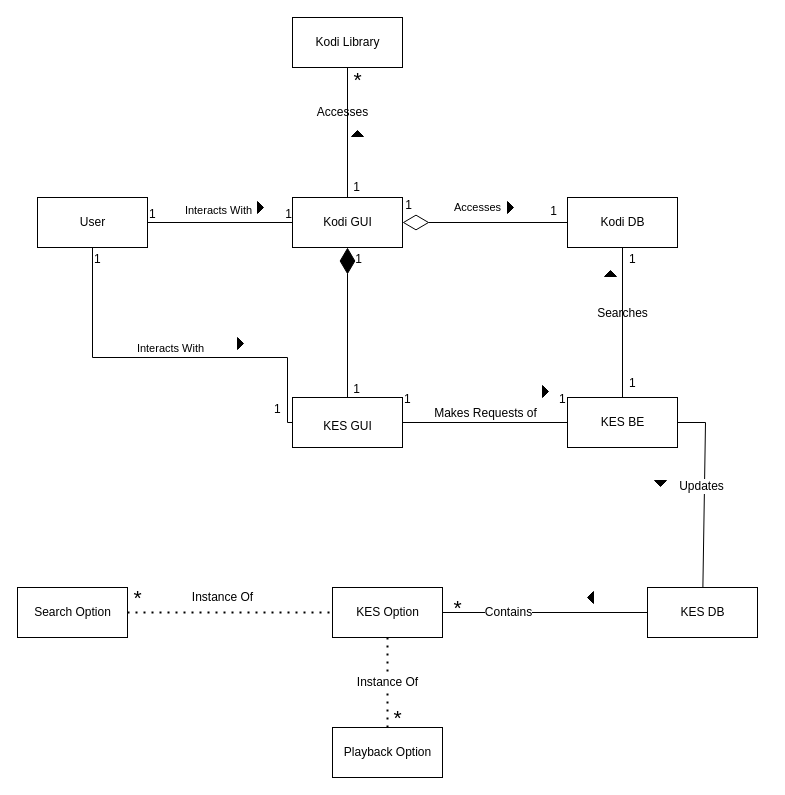
Before: uml.drawio in dustinmcmahon/kodiAddon, a draw.io diagram. Source tidied: cells renumbered, new cells numbered last; positions are measured from the earlier drawing's top-left corner, leaving out a move shared by most shapes. Both pictures are drawn from the tidied source at 100%, with x=0, y=0 at pixel (17, 17).
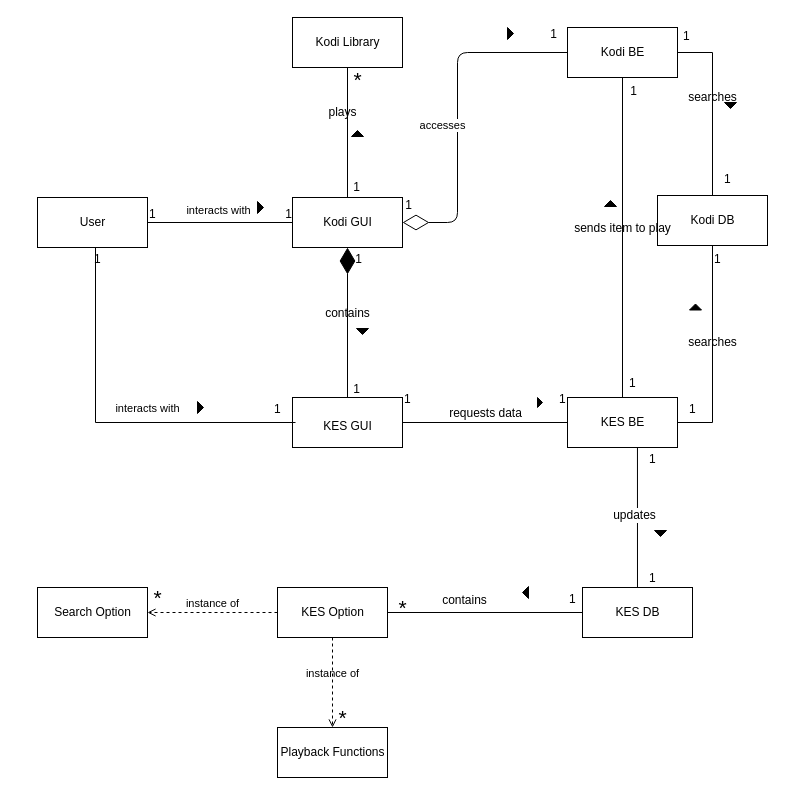
The same diagram, later.

Unchanged cells that the change refers to:
```xml
<mxCell id="2" value="User" style="html=1;" parent="1" vertex="1">
  <mxGeometry x="20" y="180" width="110" height="50" as="geometry" />
</mxCell>
<mxCell id="3" value="Kodi GUI" style="html=1;" parent="1" vertex="1">
  <mxGeometry x="275" y="180" width="110" height="50" as="geometry" />
</mxCell>
<mxCell id="4" value="Kodi Library" style="html=1;" parent="1" vertex="1">
  <mxGeometry x="275" width="110" height="50" as="geometry" />
</mxCell>
<mxCell id="10" value="&lt;font style=&quot;font-size: 12px;&quot;&gt;KES GUI&lt;/font&gt;" style="html=1;fontSize=21;" parent="1" vertex="1">
  <mxGeometry x="275" y="380" width="110" height="50" as="geometry" />
</mxCell>
<mxCell id="17" value="KES BE" style="html=1;" parent="1" vertex="1">
  <mxGeometry x="550" y="380" width="110" height="50" as="geometry" />
</mxCell>
<mxCell id="38" style="endArrow=none;html=1;rounded=0;align=center;verticalAlign=bottom;labelBackgroundColor=none;fontSize=12;exitX=1;exitY=0.5;exitDx=0;exitDy=0;entryX=0;entryY=0.5;entryDx=0;entryDy=0;" parent="1" edge="1" source="11" target="18">
  <mxGeometry relative="1" as="geometry" />
</mxCell>
```

The edit, as a diff of the source:
```diff
@@
-    <mxCell id="5" value="Interacts With" style="endArrow=none;html=1;rounded=0;align=center;verticalAlign=top;endFill=0;labelBackgroundColor=none;exitX=1;exitY=0.5;exitDx=0;exitDy=0;entryX=0;entryY=0.5;entryDx=0;entryDy=0;" parent="1" edge="1" source="2" target="3">
+    <mxCell id="5" value="interacts with" style="endArrow=none;html=1;rounded=0;align=center;verticalAlign=top;endFill=0;labelBackgroundColor=none;exitX=1;exitY=0.5;exitDx=0;exitDy=0;entryX=0;entryY=0.5;entryDx=0;entryDy=0;" parent="1" edge="1" source="2" target="3">
       <mxGeometry x="-0.02" y="25" relative="1" as="geometry" />
     </mxCell>
@@
-    <mxCell id="8" value="Accesses" style="endArrow=diamondThin;endFill=0;endSize=24;html=1;entryX=1;entryY=0.5;entryDx=0;entryDy=0;exitX=0;exitY=0.5;exitDx=0;exitDy=0;" parent="1" edge="1" source="19" target="3">
-      <mxGeometry x="0.09" y="-15" relative="1" as="geometry" />
+    <mxCell id="8" value="accesses" style="endArrow=diamondThin;endFill=0;endSize=24;html=1;entryX=1;entryY=0.5;entryDx=0;entryDy=0;exitX=0;exitY=0.5;exitDx=0;exitDy=0;" parent="1" edge="1" source="52" target="3">
+      <mxGeometry x="0.09" y="-15" relative="1" as="geometry">
+        <Array as="points">
+          <mxPoint x="440" y="35" />
+          <mxPoint x="440" y="205" />
+        </Array>
+      </mxGeometry>
     </mxCell>
@@
     <mxCell id="11" value="KES Option" style="html=1;fontSize=12;" parent="1" vertex="1">
-      <mxGeometry x="315" y="570" width="110" height="50" as="geometry" />
+      <mxGeometry x="260" y="570" width="110" height="50" as="geometry" />
     </mxCell>
@@
-    <mxCell id="13" style="startArrow=diamondThin;endFill=1;endArrow=none;html=1;rounded=0;align=center;verticalAlign=bottom;labelBackgroundColor=none;fontSize=12;exitX=0.5;exitY=1;exitDx=0;exitDy=0;entryX=0.5;entryY=0;entryDx=0;entryDy=0;startSize=24;" parent="1" edge="1" source="3" target="10">
+    <mxCell id="13" value="contains" style="startArrow=diamondThin;endFill=1;endArrow=none;html=1;rounded=0;align=center;verticalAlign=bottom;labelBackgroundColor=none;fontSize=12;exitX=0.5;exitY=1;exitDx=0;exitDy=0;entryX=0.5;entryY=0;entryDx=0;entryDy=0;startSize=24;" parent="1" edge="1" source="3" target="10">
       <mxGeometry relative="1" as="geometry" />
     </mxCell>
     <mxCell id="14" style="triangle;fillColor=strokeColor;fontSize=12;rotation=0;" parent="1" vertex="1">
-      <mxGeometry x="490" y="184" width="6" height="12" as="geometry" />
+      <mxGeometry x="490" y="10" width="6" height="12" as="geometry" />
     </mxCell>
     <mxCell id="15" style="triangle;fillColor=strokeColor;fontSize=12;" parent="1" vertex="1">
-      <mxGeometry x="220" y="320" width="6" height="12" as="geometry" />
+      <mxGeometry x="180" y="384" width="6" height="12" as="geometry" />
     </mxCell>
-    <mxCell id="16" value="&lt;span style=&quot;font-size: 11px;&quot;&gt;Interacts With&lt;/span&gt;" style="endArrow=none;html=1;rounded=0;align=center;verticalAlign=bottom;labelBackgroundColor=none;fontSize=12;exitX=0.5;exitY=1;exitDx=0;exitDy=0;entryX=0;entryY=0.5;entryDx=0;entryDy=0;" parent="1" edge="1" source="2" target="10">
-      <mxGeometry relative="1" as="geometry">
+    <mxCell id="16" value="&lt;span style=&quot;font-size: 11px;&quot;&gt;interacts with&lt;/span&gt;" style="endArrow=none;html=1;rounded=0;align=center;verticalAlign=bottom;labelBackgroundColor=none;fontSize=12;exitX=0.5;exitY=1;exitDx=0;exitDy=0;entryX=0;entryY=0.5;entryDx=0;entryDy=0;" parent="1" edge="1">
+      <mxGeometry x="0.21" y="5" relative="1" as="geometry">
+        <mxPoint x="78" y="230" as="sourcePoint" />
+        <mxPoint x="278" y="405" as="targetPoint" />
         <Array as="points">
-          <mxPoint x="75" y="340" />
-          <mxPoint x="270" y="340" />
-          <mxPoint x="270" y="405" />
+          <mxPoint x="78" y="405" />
         </Array>
       </mxGeometry>
     </mxCell>
@@
     <mxCell id="18" value="KES DB" style="html=1;" parent="1" vertex="1">
-      <mxGeometry x="630" y="570" width="110" height="50" as="geometry" />
+      <mxGeometry x="565" y="570" width="110" height="50" as="geometry" />
     </mxCell>
     <mxCell id="19" value="Kodi DB" style="html=1;" parent="1" vertex="1">
-      <mxGeometry x="550" y="180" width="110" height="50" as="geometry" />
+      <mxGeometry x="640" y="178" width="110" height="50" as="geometry" />
     </mxCell>
@@
-    <mxCell id="21" value="Accesses" style="endArrow=none;html=1;rounded=0;align=center;verticalAlign=bottom;labelBackgroundColor=none;fontSize=12;exitX=0.5;exitY=1;exitDx=0;exitDy=0;entryX=0.5;entryY=0;entryDx=0;entryDy=0;" parent="1" edge="1" source="4" target="3">
+    <mxCell id="21" value="plays" style="endArrow=none;html=1;rounded=0;align=center;verticalAlign=bottom;labelBackgroundColor=none;fontSize=12;exitX=0.5;exitY=1;exitDx=0;exitDy=0;entryX=0.5;entryY=0;entryDx=0;entryDy=0;" parent="1" edge="1" source="4" target="3">
       <mxGeometry x="-0.17" y="-5" relative="1" as="geometry" />
     </mxCell>
     <mxCell id="22" style="triangle;fillColor=strokeColor;fontSize=12;" parent="1" vertex="1">
-      <mxGeometry x="525" y="368" width="6" height="12" as="geometry" />
+      <mxGeometry x="520" y="380" width="5" height="10" as="geometry" />
     </mxCell>
-    <mxCell id="23" value="Makes Requests of" style="endArrow=none;html=1;rounded=0;align=center;verticalAlign=bottom;labelBackgroundColor=none;fontSize=12;exitX=1;exitY=0.5;exitDx=0;exitDy=0;entryX=0;entryY=0.5;entryDx=0;entryDy=0;" parent="1" edge="1" source="10" target="17">
+    <mxCell id="23" value="requests data" style="endArrow=none;html=1;rounded=0;align=center;verticalAlign=bottom;labelBackgroundColor=none;fontSize=12;exitX=1;exitY=0.5;exitDx=0;exitDy=0;entryX=0;entryY=0.5;entryDx=0;entryDy=0;" parent="1" edge="1" source="10" target="17">
       <mxGeometry relative="1" as="geometry" />
     </mxCell>
     <mxCell id="24" style="triangle;fillColor=strokeColor;fontSize=12;rotation=-90;" parent="1" vertex="1">
-      <mxGeometry x="590" y="250" width="6" height="12" as="geometry" />
+      <mxGeometry x="675" y="283.5" width="6" height="12" as="geometry" />
     </mxCell>
-    <mxCell id="25" value="Searches" style="endArrow=none;html=1;rounded=0;align=center;verticalAlign=bottom;labelBackgroundColor=none;fontSize=12;exitX=0.5;exitY=1;exitDx=0;exitDy=0;entryX=0.5;entryY=0;entryDx=0;entryDy=0;" parent="1" edge="1" source="19" target="17">
-      <mxGeometry relative="1" as="geometry" />
+    <mxCell id="25" value="searches" style="endArrow=none;html=1;rounded=0;align=center;verticalAlign=bottom;labelBackgroundColor=none;fontSize=12;exitX=0.5;exitY=1;exitDx=0;exitDy=0;entryX=1;entryY=0.5;entryDx=0;entryDy=0;" parent="1" edge="1" source="19" target="17">
+      <mxGeometry relative="1" as="geometry">
+        <Array as="points">
+          <mxPoint x="695" y="405" />
+        </Array>
+      </mxGeometry>
     </mxCell>
@@
-    <mxCell id="27" value="1" style="html=1;align=right;verticalAlign=bottom;labelBackgroundColor=none;" parent="1" vertex="1">
-      <mxGeometry x="540" y="202" as="geometry" />
-    </mxCell>
@@
     <mxCell id="34" value="1" style="html=1;align=left;verticalAlign=bottom;labelBackgroundColor=none;" parent="1" vertex="1">
-      <mxGeometry x="610" y="250" as="geometry" />
+      <mxGeometry x="695" y="250" as="geometry" />
     </mxCell>
@@
     <mxCell id="37" style="triangle;fillColor=strokeColor;fontSize=12;rotation=90;" parent="1" vertex="1">
-      <mxGeometry x="640" y="460" width="6" height="12" as="geometry" />
+      <mxGeometry x="640" y="510" width="6" height="12" as="geometry" />
     </mxCell>
@@
-    <mxCell id="39" value="Contains" style="edgeLabel;html=1;align=center;verticalAlign=middle;fontSize=12;" parent="38" vertex="1">
-      <mxGeometry x="-0.37" y="1" relative="1" as="geometry" />
+    <mxCell id="39" value="contains" style="edgeLabel;html=1;align=center;verticalAlign=middle;fontSize=12;" parent="38" vertex="1">
+      <mxGeometry x="-0.37" y="1" relative="1" as="geometry">
+        <mxPoint x="15" y="-12" as="offset" />
+      </mxGeometry>
     </mxCell>
     <mxCell id="40" value="*" style="text;html=1;align=center;verticalAlign=middle;strokeColor=none;fillColor=none;fontSize=21;" parent="1" vertex="1">
-      <mxGeometry x="425" y="570" width="30" height="40" as="geometry" />
+      <mxGeometry x="370" y="570" width="30" height="40" as="geometry" />
     </mxCell>
-    <mxCell id="41" style="endArrow=none;html=1;rounded=0;align=center;verticalAlign=bottom;labelBackgroundColor=none;fontSize=12;exitX=1;exitY=0.5;exitDx=0;exitDy=0;" parent="1" edge="1" source="17" target="18">
-      <mxGeometry relative="1" as="geometry">
-        <Array as="points">
-          <mxPoint x="688" y="405" />
-        </Array>
-      </mxGeometry>
+    <mxCell id="41" style="endArrow=none;html=1;rounded=0;align=center;verticalAlign=bottom;labelBackgroundColor=none;fontSize=12;exitX=0.636;exitY=1;exitDx=0;exitDy=0;exitPerimeter=0;" parent="1" edge="1" source="17" target="18">
+      <mxGeometry relative="1" as="geometry" />
     </mxCell>
-    <mxCell id="42" value="Updates" style="edgeLabel;html=1;align=center;verticalAlign=middle;fontSize=12;" parent="41" vertex="1">
+    <mxCell id="42" value="updates" style="edgeLabel;html=1;align=center;verticalAlign=middle;fontSize=12;" parent="41" vertex="1">
       <mxGeometry x="-0.05" y="-3" relative="1" as="geometry" />
     </mxCell>
-    <mxCell id="43" value="Instance Of" style="endArrow=none;dashed=1;html=1;dashPattern=1 3;strokeWidth=2;fontSize=12;entryX=0.5;entryY=1;entryDx=0;entryDy=0;exitX=0.5;exitY=0;exitDx=0;exitDy=0;" parent="1" edge="1" source="45" target="11">
-      <mxGeometry relative="1" as="geometry" />
-    </mxCell>
     <mxCell id="44" value="Search Option" style="html=1;fontSize=12;" parent="1" vertex="1">
-      <mxGeometry y="570" width="110" height="50" as="geometry" />
+      <mxGeometry x="20" y="570" width="110" height="50" as="geometry" />
     </mxCell>
-    <mxCell id="45" value="Playback Option" style="html=1;fontSize=12;" parent="1" vertex="1">
-      <mxGeometry x="315" y="710" width="110" height="50" as="geometry" />
+    <mxCell id="45" value="Playback Functions" style="html=1;fontSize=12;" parent="1" vertex="1">
+      <mxGeometry x="260" y="710" width="110" height="50" as="geometry" />
     </mxCell>
-    <mxCell id="46" value="Instance Of" style="endArrow=none;dashed=1;html=1;dashPattern=1 3;strokeWidth=2;fontSize=12;entryX=0;entryY=0.5;entryDx=0;entryDy=0;exitX=1;exitY=0.5;exitDx=0;exitDy=0;" parent="1" edge="1" source="44" target="11">
-      <mxGeometry x="-0.07" y="15" relative="1" as="geometry" />
-    </mxCell>
     <mxCell id="47" value="*" style="text;html=1;align=center;verticalAlign=middle;strokeColor=none;fillColor=none;fontSize=21;" parent="1" vertex="1">
-      <mxGeometry x="365" y="680" width="30" height="40" as="geometry" />
+      <mxGeometry x="310" y="680" width="30" height="40" as="geometry" />
     </mxCell>
     <mxCell id="48" value="*" style="text;html=1;align=center;verticalAlign=middle;strokeColor=none;fillColor=none;fontSize=21;" parent="1" vertex="1">
-      <mxGeometry x="105" y="560" width="30" height="40" as="geometry" />
+      <mxGeometry x="125" y="560" width="30" height="40" as="geometry" />
     </mxCell>
     <mxCell id="49" style="triangle;fillColor=strokeColor;fontSize=12;rotation=-180;" parent="1" vertex="1">
-      <mxGeometry x="570" y="574" width="6" height="12" as="geometry" />
+      <mxGeometry x="505" y="569" width="6" height="12" as="geometry" />
     </mxCell>
+    <mxCell id="50" value="instance of" style="html=1;verticalAlign=bottom;labelBackgroundColor=none;endArrow=open;endFill=0;dashed=1;exitX=0;exitY=0.5;exitDx=0;exitDy=0;" parent="1" edge="1" source="11" target="44">
+      <mxGeometry relative="1" as="geometry" />
+    </mxCell>
+    <mxCell id="51" value="instance of" style="html=1;verticalAlign=bottom;labelBackgroundColor=none;endArrow=open;endFill=0;dashed=1;exitX=0.5;exitY=1;exitDx=0;exitDy=0;" parent="1" edge="1" source="11" target="45">
+      <mxGeometry relative="1" as="geometry" />
+    </mxCell>
+    <mxCell id="52" value="Kodi BE" style="html=1;" parent="1" vertex="1">
+      <mxGeometry x="550" y="10" width="110" height="50" as="geometry" />
+    </mxCell>
+    <mxCell id="53" value="searches" style="endArrow=none;html=1;rounded=0;align=center;verticalAlign=bottom;labelBackgroundColor=none;fontSize=12;exitX=1;exitY=0.5;exitDx=0;exitDy=0;entryX=0.5;entryY=0;entryDx=0;entryDy=0;" parent="1" edge="1" source="52" target="19">
+      <mxGeometry relative="1" as="geometry">
+        <Array as="points">
+          <mxPoint x="695" y="35" />
+        </Array>
+      </mxGeometry>
+    </mxCell>
+    <mxCell id="54" value="1" style="html=1;align=right;verticalAlign=bottom;labelBackgroundColor=none;" parent="1" vertex="1">
+      <mxGeometry x="540" y="25" as="geometry" />
+    </mxCell>
+    <mxCell id="55" style="triangle;fillColor=strokeColor;fontSize=12;rotation=90;" parent="1" vertex="1">
+      <mxGeometry x="710" y="82" width="6" height="12" as="geometry" />
+    </mxCell>
+    <mxCell id="56" value="1" style="html=1;align=right;verticalAlign=bottom;labelBackgroundColor=none;" parent="1" vertex="1">
+      <mxGeometry x="620" y="82" as="geometry" />
+    </mxCell>
+    <mxCell id="57" style="triangle;fillColor=strokeColor;fontSize=12;rotation=90;" parent="1" vertex="1">
+      <mxGeometry x="342" y="308" width="6" height="12" as="geometry" />
+    </mxCell>
+    <mxCell id="58" value="sends item to play" style="endArrow=none;html=1;rounded=0;align=center;verticalAlign=bottom;labelBackgroundColor=none;fontSize=12;exitX=0.5;exitY=1;exitDx=0;exitDy=0;entryX=0.5;entryY=0;entryDx=0;entryDy=0;" parent="1" edge="1" source="52" target="17">
+      <mxGeometry relative="1" as="geometry" />
+    </mxCell>
+    <mxCell id="59" style="triangle;fillColor=strokeColor;fontSize=12;rotation=-90;" parent="1" vertex="1">
+      <mxGeometry x="590" y="180" width="6" height="12" as="geometry" />
+    </mxCell>
+    <mxCell id="60" value="1" style="html=1;align=left;verticalAlign=bottom;labelBackgroundColor=none;" parent="1" vertex="1">
+      <mxGeometry x="630" y="450" as="geometry" />
+    </mxCell>
+    <mxCell id="61" value="1" style="html=1;align=left;verticalAlign=bottom;labelBackgroundColor=none;" parent="1" vertex="1">
+      <mxGeometry x="630" y="569" as="geometry" />
+    </mxCell>
+    <mxCell id="62" value="1" style="html=1;align=left;verticalAlign=bottom;labelBackgroundColor=none;" parent="1" vertex="1">
+      <mxGeometry x="550" y="590" as="geometry" />
+    </mxCell>
+    <mxCell id="63" value="1" style="html=1;align=left;verticalAlign=bottom;labelBackgroundColor=none;" parent="1" vertex="1">
+      <mxGeometry x="670" y="400" as="geometry" />
+    </mxCell>
+    <mxCell id="64" value="1" style="html=1;align=left;verticalAlign=bottom;labelBackgroundColor=none;" parent="1" vertex="1">
+      <mxGeometry x="705" y="170" as="geometry" />
+    </mxCell>
+    <mxCell id="65" value="1" style="html=1;align=left;verticalAlign=bottom;labelBackgroundColor=none;" parent="1" vertex="1">
+      <mxGeometry x="725" y="280" as="geometry">
+        <mxPoint x="-61" y="-253" as="offset" />
+      </mxGeometry>
+    </mxCell>
```
